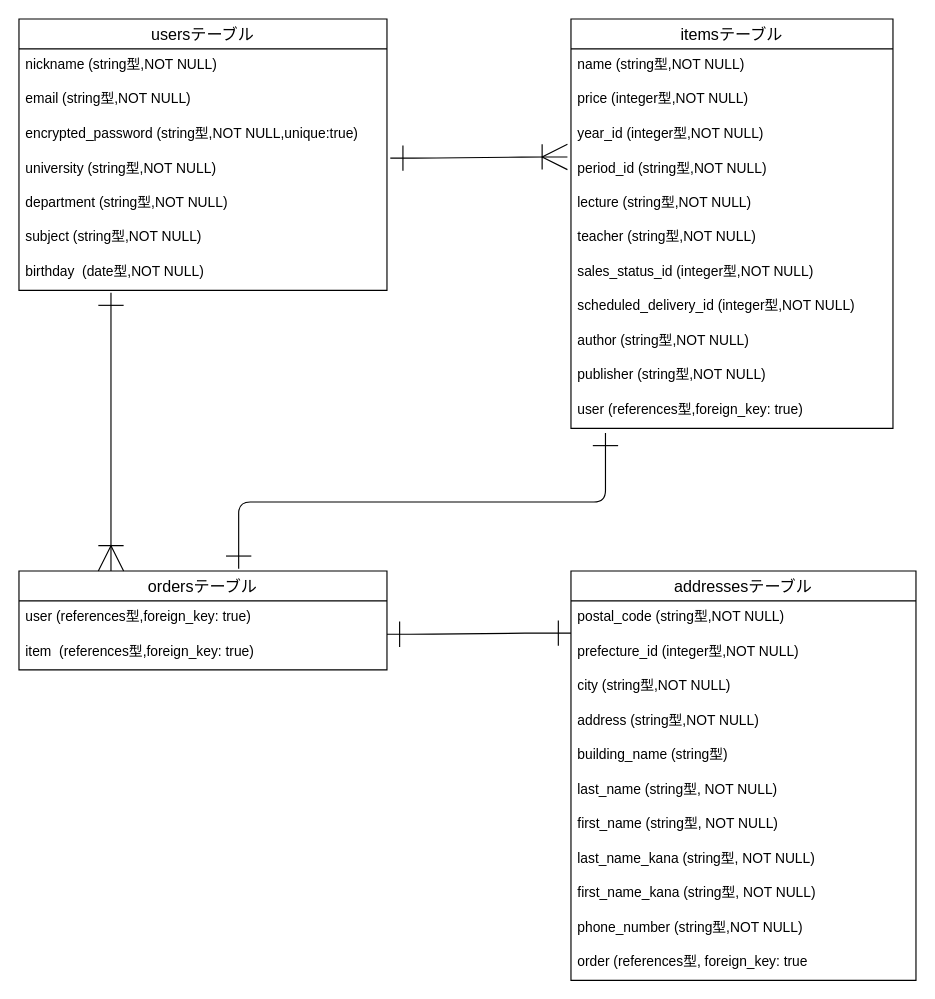
Earlier version of the draw.io diagram secondhands.dio (yousuke44/secondhands-35852). Source tidied: cells renumbered, new cells numbered last; positions are measured from the earlier drawing's top-left corner, leaving out a move shared by most shapes. Both pictures are drawn from the tidied source at 115%, with x=0, y=0 at pixel (18, 18).
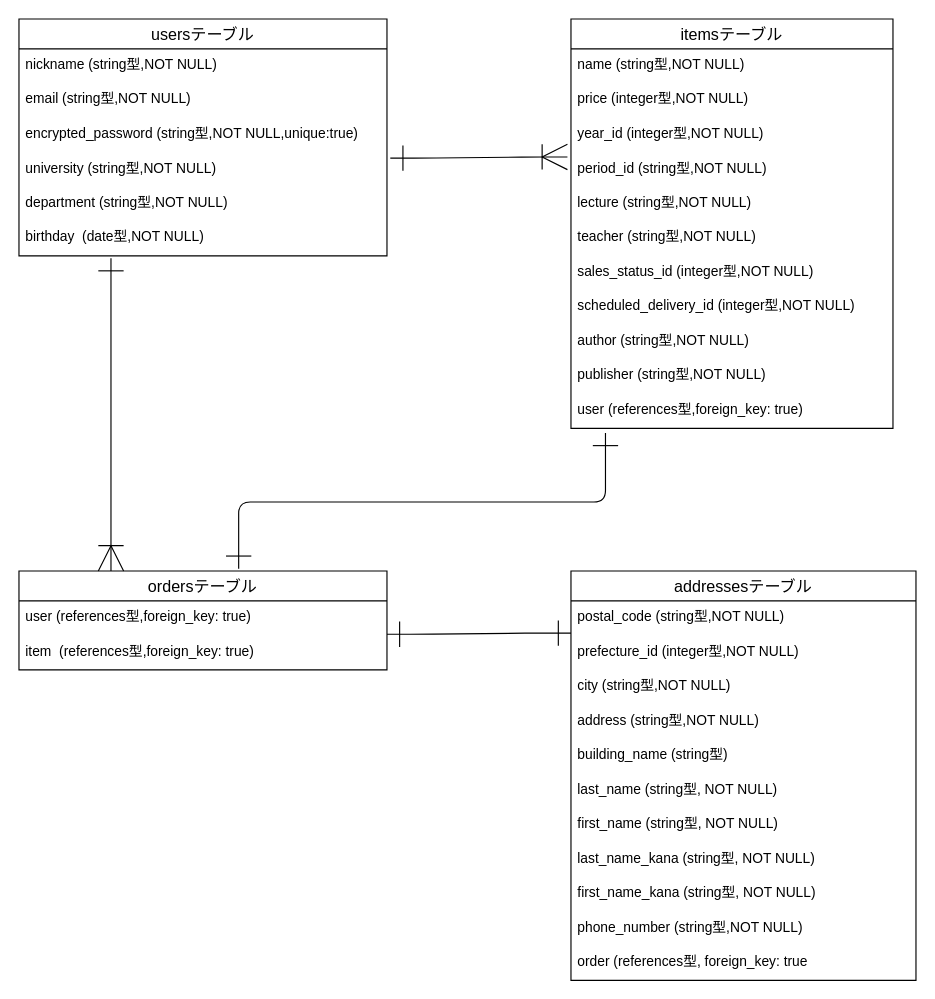
Above is the later version.

What changed in the source:
```diff
@@
     <mxCell id="2" value="usersテーブル" style="swimlane;fontStyle=0;horizontal=1;startSize=26;align=center;fontSize=14;" parent="1" vertex="1">
-      <mxGeometry width="320" height="236" as="geometry" />
+      <mxGeometry width="320" height="206" as="geometry" />
     </mxCell>
@@
-    <mxCell id="8" value="subject (string型,NOT NULL)" style="text;strokeColor=none;fillColor=none;spacingLeft=4;spacingRight=4;overflow=hidden;fontSize=12;" parent="2" vertex="1">
-      <mxGeometry y="176" width="320" height="30" as="geometry" />
-    </mxCell>
     <mxCell id="9" value="birthday  (date型,NOT NULL)" style="text;strokeColor=none;fillColor=none;spacingLeft=4;spacingRight=4;overflow=hidden;points=[[0,0.5],[1,0.5]];portConstraint=eastwest;fontSize=12;" parent="2" vertex="1">
-      <mxGeometry y="206" width="320" height="30" as="geometry" />
+      <mxGeometry y="176" width="320" height="30" as="geometry" />
     </mxCell>
```
